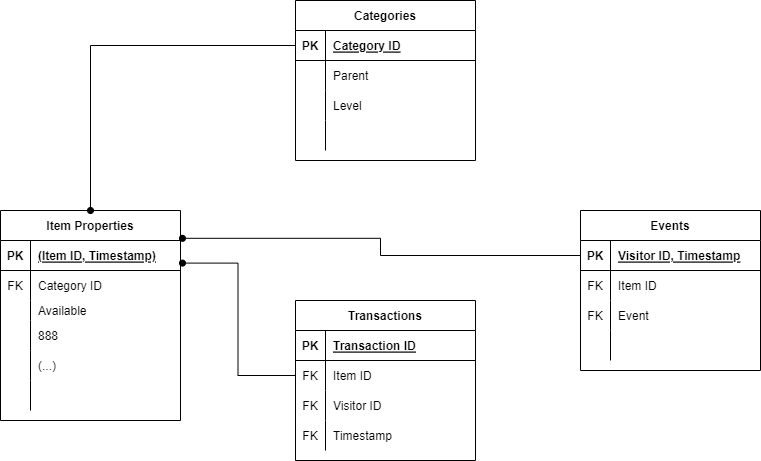
Sherif-Embarak/Re-Vision keeps this draw.io diagram as images/Data_Model.png. Above is the earlier version. Source tidied: cells renumbered, new cells last; positions are measured from the earlier drawing's top-left corner, leaving out a move shared by most shapes.
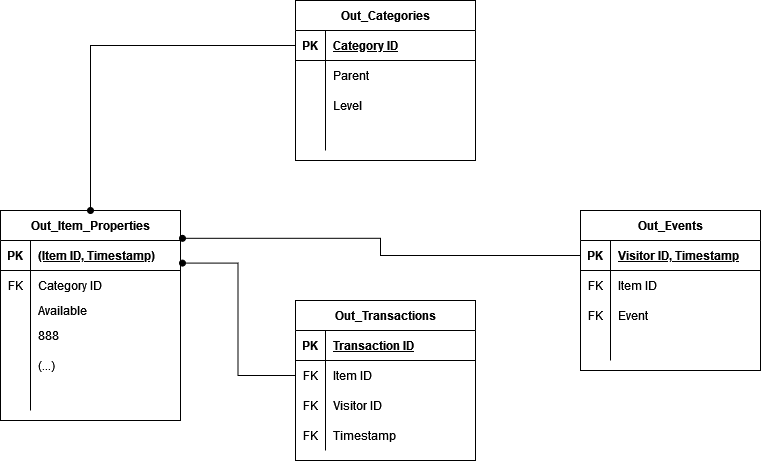
Later version of the same file.

Commit message:
edit data  model

The edit, as a diff of the source:
```diff
@@ -2,7 +2,7 @@
   <root>
     <mxCell id="0" />
     <mxCell id="1" parent="0" />
-    <mxCell id="2" value="Transactions" style="shape=table;startSize=30;rowLines=0;fontStyle=1;align=center;" parent="1" vertex="1">
+    <mxCell id="2" value="Out_Transactions" style="shape=table;startSize=30;rowLines=0;fontStyle=1;align=center;" parent="1" vertex="1">
       <mxGeometry x="295" y="300" width="180" height="160" as="geometry" />
     </mxCell>
     <mxCell id="3" style="shape=tableRow;horizontal=0;startSize=0;swimlaneHead=0;swimlaneBody=0;fillColor=none;top=0;left=0;right=0;bottom=1;" parent="2" vertex="1">
@@ -41,7 +41,7 @@
     <mxCell id="14" value="Timestamp" style="shape=partialRectangle;fillColor=none;top=0;left=0;bottom=0;right=0;align=left;spacingLeft=6;overflow=hidden;" parent="12" vertex="1">
       <mxGeometry x="30" width="150" height="30" as="geometry" />
     </mxCell>
-    <mxCell id="15" value="Events" style="shape=table;startSize=30;rowLines=0;fontStyle=1;align=center;" parent="1" vertex="1">
+    <mxCell id="15" value="Out_Events" style="shape=table;startSize=30;rowLines=0;fontStyle=1;align=center;" parent="1" vertex="1">
       <mxGeometry x="580" y="210" width="180" height="160" as="geometry" />
     </mxCell>
     <mxCell id="16" style="shape=tableRow;horizontal=0;startSize=0;swimlaneHead=0;swimlaneBody=0;fillColor=none;points=[[0,0.5],[1,0.5]];portConstraint=eastwest;top=0;left=0;right=0;bottom=1;" parent="15" vertex="1">
@@ -80,7 +80,7 @@
     <mxCell id="27" style="shape=partialRectangle;fillColor=none;top=0;left=0;bottom=0;right=0;align=left;spacingLeft=6;overflow=hidden;" parent="25" vertex="1">
       <mxGeometry x="30" width="150" height="30" as="geometry" />
     </mxCell>
-    <mxCell id="28" value="Item Properties" style="shape=table;startSize=30;rowLines=0;fontStyle=1;align=center;" parent="1" vertex="1">
+    <mxCell id="28" value="Out_Item_Properties" style="shape=table;startSize=30;rowLines=0;fontStyle=1;align=center;" parent="1" vertex="1">
       <mxGeometry y="210" width="180" height="210" as="geometry" />
     </mxCell>
     <mxCell id="29" style="shape=tableRow;horizontal=0;startSize=0;swimlaneHead=0;swimlaneBody=0;fillColor=none;points=[[0,0.5],[1,0.5]];portConstraint=eastwest;top=0;left=0;right=0;bottom=1;" parent="28" vertex="1">
@@ -137,7 +137,7 @@
     <mxCell id="46" style="shape=partialRectangle;fillColor=none;top=0;left=0;bottom=0;right=0;align=left;spacingLeft=6;overflow=hidden;" parent="44" vertex="1">
       <mxGeometry x="30" width="150" height="30" as="geometry" />
     </mxCell>
-    <mxCell id="47" value="Categories" style="shape=table;startSize=30;rowLines=0;fontStyle=1;align=center;" parent="1" vertex="1">
+    <mxCell id="47" value="Out_Categories" style="shape=table;startSize=30;rowLines=0;fontStyle=1;align=center;" parent="1" vertex="1">
       <mxGeometry x="295" width="180" height="160" as="geometry" />
     </mxCell>
     <mxCell id="48" style="shape=tableRow;horizontal=0;startSize=0;swimlaneHead=0;swimlaneBody=0;fillColor=none;points=[[0,0.5],[1,0.5]];portConstraint=eastwest;top=0;left=0;right=0;bottom=1;" parent="47" vertex="1">
```
